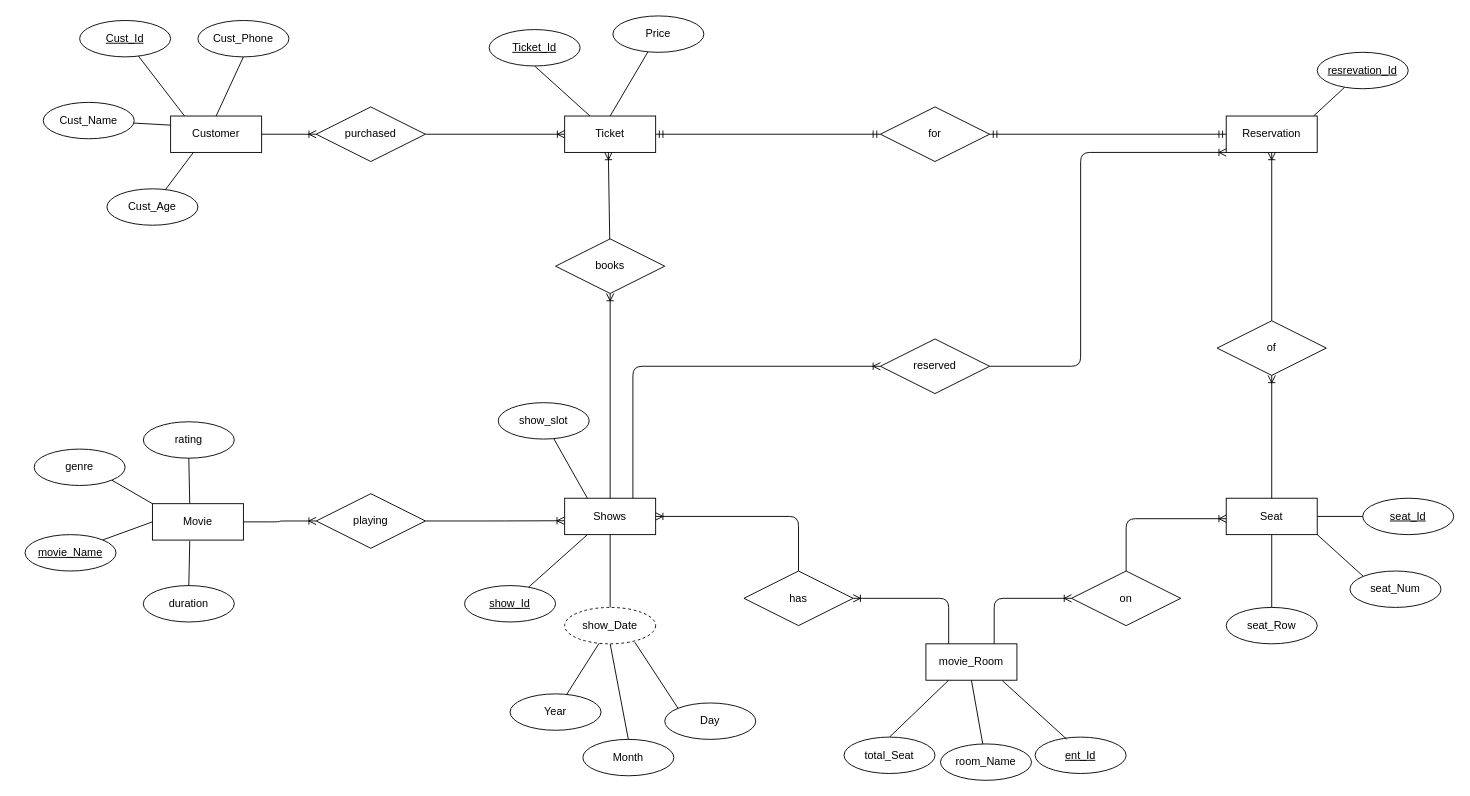
Before: er-diagram/DBMS minor project New.drawio in varunKT001/movie-booking-system, a draw.io diagram. Source tidied: cells renumbered, new cells numbered last; positions are measured from the earlier drawing's top-left corner, leaving out a move shared by most shapes. Both pictures are drawn from the tidied source at 91%, with x=0, y=0 at pixel (25, 15).
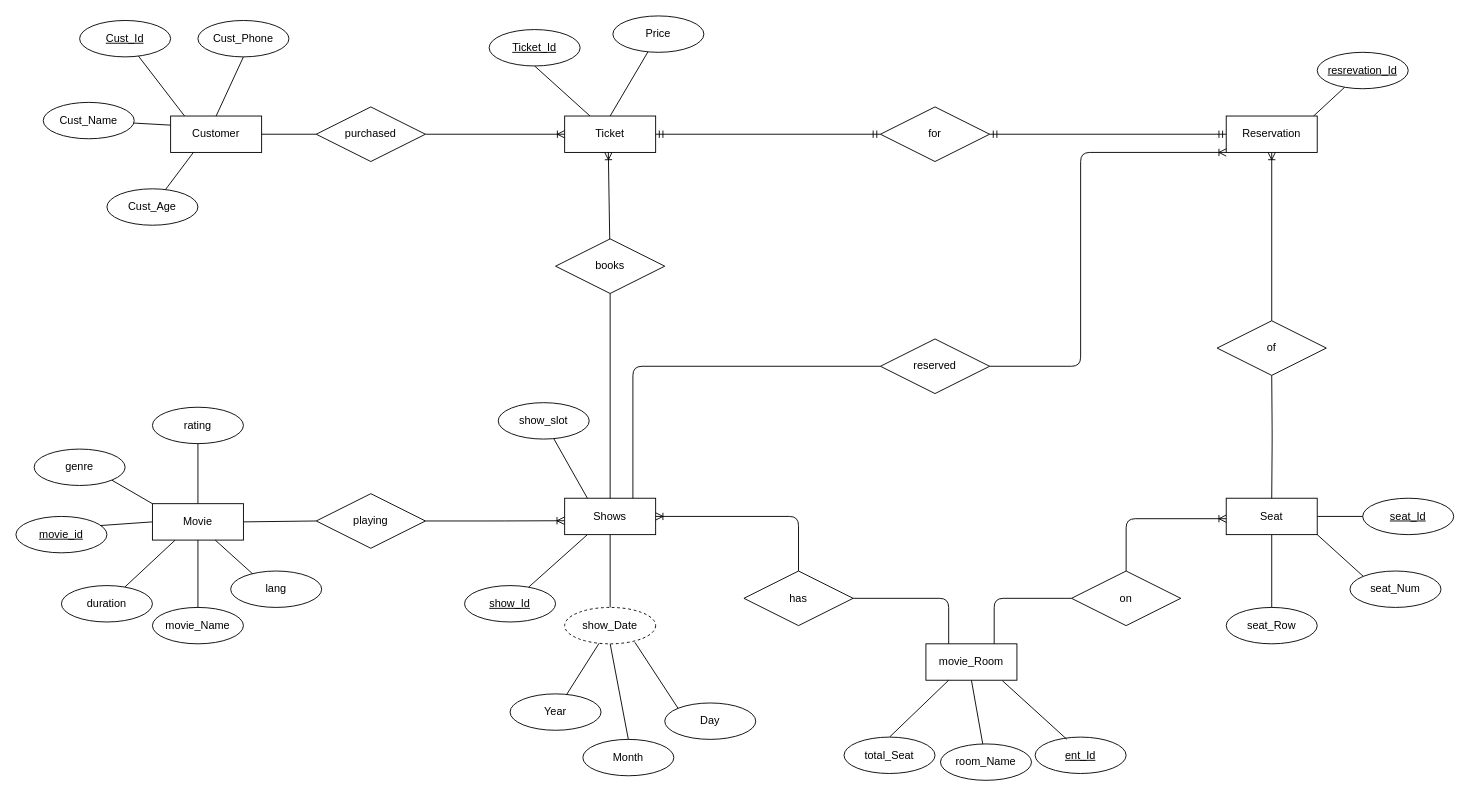
Above is the later version.

The change refers to these unchanged cells:
```xml
<mxCell id="2" value="purchased" style="shape=rhombus;perimeter=rhombusPerimeter;whiteSpace=wrap;html=1;align=center;" parent="1" vertex="1">
  <mxGeometry x="320" y="100" width="120" height="60" as="geometry" />
</mxCell>
<mxCell id="3" value="on" style="shape=rhombus;perimeter=rhombusPerimeter;whiteSpace=wrap;html=1;align=center;" parent="1" vertex="1">
  <mxGeometry x="1150" y="610" width="120" height="60" as="geometry" />
</mxCell>
<mxCell id="4" value="books" style="shape=rhombus;perimeter=rhombusPerimeter;whiteSpace=wrap;html=1;align=center;" parent="1" vertex="1">
  <mxGeometry x="583" y="245" width="120" height="60" as="geometry" />
</mxCell>
<mxCell id="5" value="of" style="shape=rhombus;perimeter=rhombusPerimeter;whiteSpace=wrap;html=1;align=center;" parent="1" vertex="1">
  <mxGeometry x="1310" y="335" width="120" height="60" as="geometry" />
</mxCell>
<mxCell id="6" value="has" style="shape=rhombus;perimeter=rhombusPerimeter;whiteSpace=wrap;html=1;align=center;" parent="1" vertex="1">
  <mxGeometry x="790" y="610" width="120" height="60" as="geometry" />
</mxCell>
<mxCell id="35" value="Customer" style="whiteSpace=wrap;html=1;align=center;" parent="1" vertex="1">
  <mxGeometry x="160" y="110" width="100" height="40" as="geometry" />
</mxCell>
<mxCell id="37" value="Shows" style="whiteSpace=wrap;html=1;align=center;" parent="1" vertex="1">
  <mxGeometry x="593" y="530" width="100" height="40" as="geometry" />
</mxCell>
<mxCell id="38" value="Movie" style="whiteSpace=wrap;html=1;align=center;" parent="1" vertex="1">
  <mxGeometry x="140" y="536" width="100" height="40" as="geometry" />
</mxCell>
<mxCell id="39" value="movie_Room" style="whiteSpace=wrap;html=1;align=center;" parent="1" vertex="1">
  <mxGeometry x="990" y="690" width="100" height="40" as="geometry" />
</mxCell>
<mxCell id="40" value="Seat" style="whiteSpace=wrap;html=1;align=center;" parent="1" vertex="1">
  <mxGeometry x="1320" y="530" width="100" height="40" as="geometry" />
</mxCell>
<mxCell id="68" value="playing" style="shape=rhombus;perimeter=rhombusPerimeter;whiteSpace=wrap;html=1;align=center;" parent="1" vertex="1">
  <mxGeometry x="320" y="525" width="120" height="60" as="geometry" />
</mxCell>
<mxCell id="71" value="reserved" style="shape=rhombus;perimeter=rhombusPerimeter;whiteSpace=wrap;html=1;align=center;" parent="1" vertex="1">
  <mxGeometry x="940" y="355" width="120" height="60" as="geometry" />
</mxCell>
```

The edit, as a diff of the source:
```diff
@@
-    <mxCell id="13" value="movie_Name" style="ellipse;whiteSpace=wrap;html=1;align=center;fontStyle=4;" parent="1" vertex="1">
-      <mxGeometry y="570" width="100" height="40" as="geometry" />
+    <mxCell id="13" value="movie_id" style="ellipse;whiteSpace=wrap;html=1;align=center;fontStyle=4;" parent="1" vertex="1">
+      <mxGeometry x="-10" y="550" width="100" height="40" as="geometry" />
     </mxCell>
     <mxCell id="14" value="duration" style="ellipse;whiteSpace=wrap;html=1;align=center;" parent="1" vertex="1">
-      <mxGeometry x="130" y="626" width="100" height="40" as="geometry" />
+      <mxGeometry x="40" y="626" width="100" height="40" as="geometry" />
     </mxCell>
     <mxCell id="15" value="rating" style="ellipse;whiteSpace=wrap;html=1;align=center;" parent="1" vertex="1">
-      <mxGeometry x="130" y="446" width="100" height="40" as="geometry" />
+      <mxGeometry x="140" y="430" width="100" height="40" as="geometry" />
     </mxCell>
@@
-    <mxCell id="29" style="endArrow=none;html=1;exitX=0.41;exitY=1.025;exitDx=0;exitDy=0;entryX=0.5;entryY=0;entryDx=0;entryDy=0;exitPerimeter=0;" parent="1" edge="1" source="38" target="14">
+    <mxCell id="29" style="endArrow=none;html=1;exitX=0.25;exitY=1;exitDx=0;exitDy=0;" parent="1" edge="1" source="38" target="14">
       <mxGeometry relative="1" as="geometry" />
     </mxCell>
-    <mxCell id="30" style="endArrow=none;html=1;entryX=1;entryY=0;entryDx=0;entryDy=0;exitX=0;exitY=0.5;exitDx=0;exitDy=0;exitPerimeter=0;" parent="1" edge="1" source="38" target="13">
+    <mxCell id="30" style="endArrow=none;html=1;entryX=0.93;entryY=0.25;entryDx=0;entryDy=0;exitX=0;exitY=0.5;exitDx=0;exitDy=0;exitPerimeter=0;entryPerimeter=0;" parent="1" edge="1" source="38" target="13">
       <mxGeometry relative="1" as="geometry" />
     </mxCell>
@@
-    <mxCell id="32" style="endArrow=none;html=1;entryX=0.5;entryY=1;entryDx=0;entryDy=0;exitX=0.41;exitY=0;exitDx=0;exitDy=0;exitPerimeter=0;" parent="1" edge="1" source="38" target="15">
+    <mxCell id="32" style="endArrow=none;html=1;entryX=0.5;entryY=1;entryDx=0;entryDy=0;exitX=0.5;exitY=0;exitDx=0;exitDy=0;" parent="1" edge="1" source="38" target="15">
       <mxGeometry relative="1" as="geometry" />
     </mxCell>
@@
-    <mxCell id="56" style="edgeStyle=orthogonalEdgeStyle;fontSize=12;html=1;endArrow=ERoneToMany;entryX=0;entryY=0.5;entryDx=0;entryDy=0;exitX=1;exitY=0.5;exitDx=0;exitDy=0;" parent="1" edge="1" source="35" target="2">
-      <mxGeometry relative="1" as="geometry" />
-    </mxCell>
@@
-    <mxCell id="62" style="edgeStyle=orthogonalEdgeStyle;fontSize=12;html=1;endArrow=ERoneToMany;exitX=0.5;exitY=0;exitDx=0;exitDy=0;entryX=0.5;entryY=1;entryDx=0;entryDy=0;" parent="1" edge="1" source="40" target="5">
-      <mxGeometry relative="1" as="geometry" />
-    </mxCell>
@@
-    <mxCell id="64" style="edgeStyle=orthogonalEdgeStyle;fontSize=12;html=1;endArrow=ERoneToMany;exitX=0.75;exitY=0;exitDx=0;exitDy=0;entryX=0;entryY=0.5;entryDx=0;entryDy=0;" parent="1" edge="1" source="39" target="3">
-      <mxGeometry relative="1" as="geometry" />
-    </mxCell>
@@
-    <mxCell id="66" style="fontSize=12;html=1;endArrow=ERoneToMany;entryX=0.5;entryY=1;entryDx=0;entryDy=0;exitX=0.5;exitY=0;exitDx=0;exitDy=0;" parent="1" edge="1" source="37" target="4">
-      <mxGeometry relative="1" as="geometry" />
-    </mxCell>
@@
-    <mxCell id="70" style="edgeStyle=orthogonalEdgeStyle;fontSize=12;html=1;endArrow=ERoneToMany;entryX=0;entryY=0.5;entryDx=0;entryDy=0;exitX=1;exitY=0.5;exitDx=0;exitDy=0;" parent="1" edge="1" source="38" target="68">
-      <mxGeometry relative="1" as="geometry" />
-    </mxCell>
@@
-    <mxCell id="73" style="fontSize=12;html=1;endArrow=ERoneToMany;exitX=0.75;exitY=0;exitDx=0;exitDy=0;entryX=0;entryY=0.5;entryDx=0;entryDy=0;edgeStyle=orthogonalEdgeStyle;" parent="1" edge="1" source="37" target="71">
-      <mxGeometry relative="1" as="geometry" />
-    </mxCell>
-    <mxCell id="74" style="edgeStyle=orthogonalEdgeStyle;fontSize=12;html=1;endArrow=ERoneToMany;exitX=0.25;exitY=0;exitDx=0;exitDy=0;entryX=1;entryY=0.5;entryDx=0;entryDy=0;" parent="1" edge="1" source="39" target="6">
-      <mxGeometry relative="1" as="geometry" />
-    </mxCell>
@@
+    <mxCell id="56" style="endArrow=none;html=1;exitX=1;exitY=0.5;exitDx=0;exitDy=0;entryX=0;entryY=0.5;entryDx=0;entryDy=0;" parent="1" edge="1" source="35" target="2">
+      <mxGeometry relative="1" as="geometry" />
+    </mxCell>
+    <mxCell id="66" style="endArrow=none;html=1;entryX=0.5;entryY=1;entryDx=0;entryDy=0;exitX=0.5;exitY=0;exitDx=0;exitDy=0;" parent="1" edge="1" source="37" target="4">
+      <mxGeometry relative="1" as="geometry" />
+    </mxCell>
+    <mxCell id="73" style="endArrow=none;html=1;exitX=0.75;exitY=0;exitDx=0;exitDy=0;entryX=0;entryY=0.5;entryDx=0;entryDy=0;edgeStyle=orthogonalEdgeStyle;" parent="1" edge="1" source="37" target="71">
+      <mxGeometry relative="1" as="geometry" />
+    </mxCell>
+    <mxCell id="70" style="endArrow=none;html=1;exitX=1;exitY=0.5;exitDx=0;exitDy=0;entryX=0;entryY=0.5;entryDx=0;entryDy=0;" parent="1" edge="1" source="38" target="68">
+      <mxGeometry relative="1" as="geometry" />
+    </mxCell>
+    <mxCell id="74" style="endArrow=none;html=1;exitX=0.25;exitY=0;exitDx=0;exitDy=0;entryX=1;entryY=0.5;entryDx=0;entryDy=0;edgeStyle=orthogonalEdgeStyle;" parent="1" edge="1" source="39" target="6">
+      <mxGeometry relative="1" as="geometry" />
+    </mxCell>
+    <mxCell id="64" style="endArrow=none;html=1;exitX=0.75;exitY=0;exitDx=0;exitDy=0;entryX=0;entryY=0.5;entryDx=0;entryDy=0;edgeStyle=orthogonalEdgeStyle;" parent="1" edge="1" source="39" target="3">
+      <mxGeometry relative="1" as="geometry" />
+    </mxCell>
+    <mxCell id="81" style="endArrow=none;html=1;edgeStyle=orthogonalEdgeStyle;" parent="1" edge="1" target="5">
+      <mxGeometry relative="1" as="geometry">
+        <mxPoint x="1370" y="530" as="sourcePoint" />
+      </mxGeometry>
+    </mxCell>
+    <mxCell id="82" value="movie_Name" style="ellipse;whiteSpace=wrap;html=1;align=center;" parent="1" vertex="1">
+      <mxGeometry x="140" y="650" width="100" height="40" as="geometry" />
+    </mxCell>
+    <mxCell id="83" style="endArrow=none;html=1;exitX=0.5;exitY=1;exitDx=0;exitDy=0;" parent="1" edge="1" source="38" target="82">
+      <mxGeometry relative="1" as="geometry" />
+    </mxCell>
+    <mxCell id="84" value="lang" style="ellipse;whiteSpace=wrap;html=1;align=center;" parent="1" vertex="1">
+      <mxGeometry x="226" y="610" width="100" height="40" as="geometry" />
+    </mxCell>
+    <mxCell id="85" style="endArrow=none;html=1;exitX=0.69;exitY=1;exitDx=0;exitDy=0;exitPerimeter=0;entryX=0.24;entryY=0.075;entryDx=0;entryDy=0;entryPerimeter=0;" parent="1" edge="1" source="38" target="84">
+      <mxGeometry relative="1" as="geometry" />
+    </mxCell>
```
